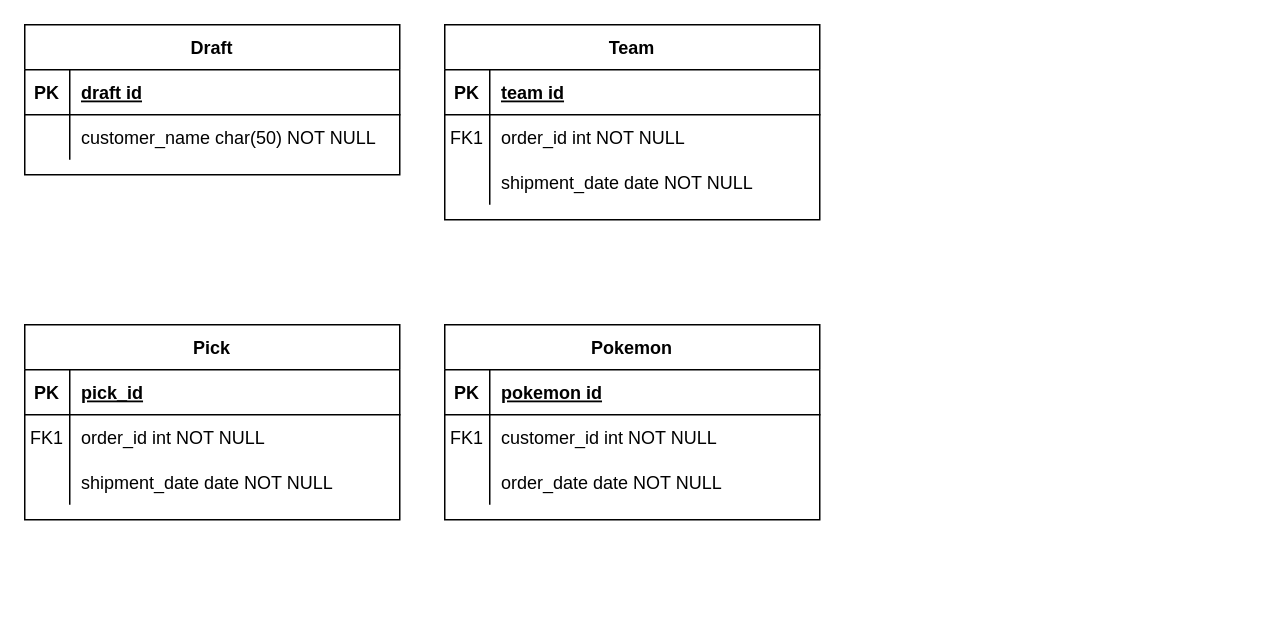
The draw.io diagram pkmndraft.drawio in getll/pkmndraft, before the edit. Source tidied: cells renumbered, new cells numbered last; positions are measured from the earlier drawing's top-left corner, leaving out a move shared by most shapes. Both pictures are drawn from the tidied source at 150%, with x=0, y=0 at pixel (24, 24).
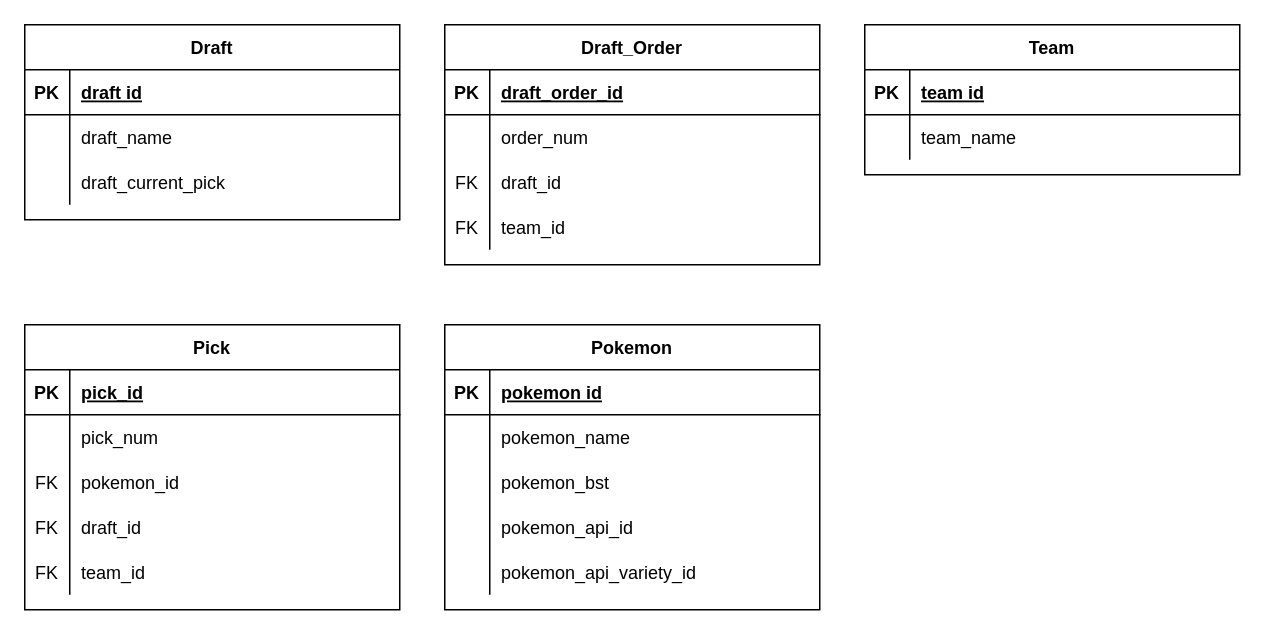
After the change.

The change refers to these unchanged cells:
```xml
<mxCell id="16" style="shape=partialRectangle;fillColor=none;top=0;left=0;right=0;bottom=0;" parent="12" vertex="1">
  <mxGeometry y="60" width="250" height="30" as="geometry" />
</mxCell>
<mxCell id="26" style="shape=partialRectangle;fillColor=none;top=0;left=0;right=0;bottom=0;" parent="22" vertex="1">
  <mxGeometry y="60" width="250" height="30" as="geometry" />
</mxCell>
```

What changed in the source:
```diff
@@
     <mxCell id="2" value="Pokemon" style="shape=table;startSize=30;childLayout=tableLayout;rowLines=0;fontStyle=1;align=center;" parent="1" vertex="1">
-      <mxGeometry x="280" y="200" width="250" height="130" as="geometry" />
+      <mxGeometry x="280" y="200" width="250" height="190" as="geometry" />
     </mxCell>
@@
+    <mxCell id="39" style="shape=partialRectangle;fillColor=none;top=0;left=0;right=0;bottom=0;" parent="2" vertex="1">
+      <mxGeometry y="60" width="250" height="30" as="geometry" />
+    </mxCell>
+    <mxCell id="40" style="shape=partialRectangle;overflow=hidden;fillColor=none;top=0;left=0;bottom=0;right=0;" parent="39" vertex="1">
+      <mxGeometry width="30" height="30" as="geometry" />
+    </mxCell>
+    <mxCell id="41" value="pokemon_name" style="shape=partialRectangle;overflow=hidden;fillColor=none;top=0;left=0;bottom=0;right=0;align=left;spacingLeft=6;" parent="39" vertex="1">
+      <mxGeometry x="30" width="220" height="30" as="geometry" />
+    </mxCell>
     <mxCell id="6" style="shape=partialRectangle;fillColor=none;top=0;left=0;right=0;bottom=0;" parent="2" vertex="1">
-      <mxGeometry y="60" width="250" height="30" as="geometry" />
+      <mxGeometry y="90" width="250" height="30" as="geometry" />
     </mxCell>
-    <mxCell id="7" value="FK1" style="shape=partialRectangle;overflow=hidden;fillColor=none;top=0;left=0;bottom=0;right=0;" parent="6" vertex="1">
+    <mxCell id="7" style="shape=partialRectangle;overflow=hidden;fillColor=none;top=0;left=0;bottom=0;right=0;" parent="6" vertex="1">
       <mxGeometry width="30" height="30" as="geometry" />
     </mxCell>
-    <mxCell id="8" value="customer_id int NOT NULL" style="shape=partialRectangle;overflow=hidden;fillColor=none;top=0;left=0;bottom=0;right=0;align=left;spacingLeft=6;" parent="6" vertex="1">
+    <mxCell id="8" value="pokemon_bst" style="shape=partialRectangle;overflow=hidden;fillColor=none;top=0;left=0;bottom=0;right=0;align=left;spacingLeft=6;" parent="6" vertex="1">
       <mxGeometry x="30" width="220" height="30" as="geometry" />
     </mxCell>
     <mxCell id="9" style="shape=partialRectangle;fillColor=none;top=0;left=0;right=0;bottom=0;" parent="2" vertex="1">
-      <mxGeometry y="90" width="250" height="30" as="geometry" />
+      <mxGeometry y="120" width="250" height="30" as="geometry" />
     </mxCell>
@@
-    <mxCell id="11" value="order_date date NOT NULL" style="shape=partialRectangle;overflow=hidden;fillColor=none;top=0;left=0;bottom=0;right=0;align=left;spacingLeft=6;" parent="9" vertex="1">
+    <mxCell id="11" value="pokemon_api_id" style="shape=partialRectangle;overflow=hidden;fillColor=none;top=0;left=0;bottom=0;right=0;align=left;spacingLeft=6;" parent="9" vertex="1">
       <mxGeometry x="30" width="220" height="30" as="geometry" />
     </mxCell>
+    <mxCell id="42" style="shape=partialRectangle;fillColor=none;top=0;left=0;right=0;bottom=0;" parent="2" vertex="1">
+      <mxGeometry y="150" width="250" height="30" as="geometry" />
+    </mxCell>
+    <mxCell id="43" style="shape=partialRectangle;overflow=hidden;fillColor=none;top=0;left=0;bottom=0;right=0;" parent="42" vertex="1">
+      <mxGeometry width="30" height="30" as="geometry" />
+    </mxCell>
+    <mxCell id="44" value="pokemon_api_variety_id" style="shape=partialRectangle;overflow=hidden;fillColor=none;top=0;left=0;bottom=0;right=0;align=left;spacingLeft=6;" parent="42" vertex="1">
+      <mxGeometry x="30" width="220" height="30" as="geometry" />
+    </mxCell>
     <mxCell id="12" value="Team" style="shape=table;startSize=30;childLayout=tableLayout;rowLines=0;fontStyle=1;align=center;" parent="1" vertex="1">
-      <mxGeometry x="280" width="250" height="130" as="geometry" />
+      <mxGeometry x="560" width="250" height="100" as="geometry" />
     </mxCell>
@@
-    <mxCell id="17" value="FK1" style="shape=partialRectangle;overflow=hidden;fillColor=none;top=0;left=0;bottom=0;right=0;" parent="16" vertex="1">
+    <mxCell id="17" style="shape=partialRectangle;overflow=hidden;fillColor=none;top=0;left=0;bottom=0;right=0;" parent="16" vertex="1">
       <mxGeometry width="30" height="30" as="geometry" />
     </mxCell>
-    <mxCell id="18" value="order_id int NOT NULL" style="shape=partialRectangle;overflow=hidden;fillColor=none;top=0;left=0;bottom=0;right=0;align=left;spacingLeft=6;" parent="16" vertex="1">
+    <mxCell id="18" value="team_name" style="shape=partialRectangle;overflow=hidden;fillColor=none;top=0;left=0;bottom=0;right=0;align=left;spacingLeft=6;" parent="16" vertex="1">
       <mxGeometry x="30" width="220" height="30" as="geometry" />
     </mxCell>
-    <mxCell id="19" style="shape=partialRectangle;fillColor=none;top=0;left=0;right=0;bottom=0;" parent="12" vertex="1">
-      <mxGeometry y="90" width="250" height="30" as="geometry" />
-    </mxCell>
-    <mxCell id="20" style="shape=partialRectangle;overflow=hidden;fillColor=none;top=0;left=0;bottom=0;right=0;" parent="19" vertex="1">
-      <mxGeometry width="30" height="30" as="geometry" />
-    </mxCell>
-    <mxCell id="21" value="shipment_date date NOT NULL" style="shape=partialRectangle;overflow=hidden;fillColor=none;top=0;left=0;bottom=0;right=0;align=left;spacingLeft=6;" parent="19" vertex="1">
-      <mxGeometry x="30" width="220" height="30" as="geometry" />
-    </mxCell>
     <mxCell id="22" value="Draft" style="shape=table;startSize=30;childLayout=tableLayout;rowLines=0;fontStyle=1;align=center;" parent="1" vertex="1">
-      <mxGeometry width="250" height="100" as="geometry" />
+      <mxGeometry width="250" height="130" as="geometry" />
     </mxCell>
@@
-    <mxCell id="28" value="customer_name char(50) NOT NULL" style="shape=partialRectangle;overflow=hidden;fillColor=none;top=0;left=0;bottom=0;right=0;align=left;spacingLeft=6;" parent="26" vertex="1">
+    <mxCell id="28" value="draft_name" style="shape=partialRectangle;overflow=hidden;fillColor=none;top=0;left=0;bottom=0;right=0;align=left;spacingLeft=6;" parent="26" vertex="1">
       <mxGeometry x="30" width="220" height="30" as="geometry" />
     </mxCell>
+    <mxCell id="45" style="shape=partialRectangle;fillColor=none;top=0;left=0;right=0;bottom=0;" parent="22" vertex="1">
+      <mxGeometry y="90" width="250" height="30" as="geometry" />
+    </mxCell>
+    <mxCell id="46" style="shape=partialRectangle;overflow=hidden;fillColor=none;top=0;left=0;bottom=0;right=0;" parent="45" vertex="1">
+      <mxGeometry width="30" height="30" as="geometry" />
+    </mxCell>
+    <mxCell id="47" value="draft_current_pick" style="shape=partialRectangle;overflow=hidden;fillColor=none;top=0;left=0;bottom=0;right=0;align=left;spacingLeft=6;" parent="45" vertex="1">
+      <mxGeometry x="30" width="220" height="30" as="geometry" />
+    </mxCell>
     <mxCell id="29" value="Pick" style="shape=table;startSize=30;childLayout=tableLayout;rowLines=0;fontStyle=1;align=center;" parent="1" vertex="1">
-      <mxGeometry y="200" width="250" height="130" as="geometry" />
+      <mxGeometry y="200" width="250" height="190" as="geometry" />
     </mxCell>
@@
+    <mxCell id="48" style="shape=partialRectangle;fillColor=none;top=0;left=0;right=0;bottom=0;" parent="29" vertex="1">
+      <mxGeometry y="60" width="250" height="30" as="geometry" />
+    </mxCell>
+    <mxCell id="49" style="shape=partialRectangle;overflow=hidden;fillColor=none;top=0;left=0;bottom=0;right=0;" parent="48" vertex="1">
+      <mxGeometry width="30" height="30" as="geometry" />
+    </mxCell>
+    <mxCell id="50" value="pick_num" style="shape=partialRectangle;overflow=hidden;fillColor=none;top=0;left=0;bottom=0;right=0;align=left;spacingLeft=6;" parent="48" vertex="1">
+      <mxGeometry x="30" width="220" height="30" as="geometry" />
+    </mxCell>
     <mxCell id="33" style="shape=partialRectangle;fillColor=none;top=0;left=0;right=0;bottom=0;" parent="29" vertex="1">
-      <mxGeometry y="60" width="250" height="30" as="geometry" />
+      <mxGeometry y="90" width="250" height="30" as="geometry" />
     </mxCell>
-    <mxCell id="34" value="FK1" style="shape=partialRectangle;overflow=hidden;fillColor=none;top=0;left=0;bottom=0;right=0;" parent="33" vertex="1">
+    <mxCell id="34" value="FK" style="shape=partialRectangle;overflow=hidden;fillColor=none;top=0;left=0;bottom=0;right=0;" parent="33" vertex="1">
       <mxGeometry width="30" height="30" as="geometry" />
     </mxCell>
-    <mxCell id="35" value="order_id int NOT NULL" style="shape=partialRectangle;overflow=hidden;fillColor=none;top=0;left=0;bottom=0;right=0;align=left;spacingLeft=6;" parent="33" vertex="1">
+    <mxCell id="35" value="pokemon_id" style="shape=partialRectangle;overflow=hidden;fillColor=none;top=0;left=0;bottom=0;right=0;align=left;spacingLeft=6;" parent="33" vertex="1">
       <mxGeometry x="30" width="220" height="30" as="geometry" />
     </mxCell>
     <mxCell id="36" style="shape=partialRectangle;fillColor=none;top=0;left=0;right=0;bottom=0;" parent="29" vertex="1">
-      <mxGeometry y="90" width="250" height="30" as="geometry" />
+      <mxGeometry y="120" width="250" height="30" as="geometry" />
     </mxCell>
-    <mxCell id="37" style="shape=partialRectangle;overflow=hidden;fillColor=none;top=0;left=0;bottom=0;right=0;" parent="36" vertex="1">
+    <mxCell id="37" value="FK" style="shape=partialRectangle;overflow=hidden;fillColor=none;top=0;left=0;bottom=0;right=0;" parent="36" vertex="1">
       <mxGeometry width="30" height="30" as="geometry" />
     </mxCell>
-    <mxCell id="38" value="shipment_date date NOT NULL" style="shape=partialRectangle;overflow=hidden;fillColor=none;top=0;left=0;bottom=0;right=0;align=left;spacingLeft=6;" parent="36" vertex="1">
+    <mxCell id="38" value="draft_id" style="shape=partialRectangle;overflow=hidden;fillColor=none;top=0;left=0;bottom=0;right=0;align=left;spacingLeft=6;" parent="36" vertex="1">
       <mxGeometry x="30" width="220" height="30" as="geometry" />
     </mxCell>
+    <mxCell id="51" style="shape=partialRectangle;fillColor=none;top=0;left=0;right=0;bottom=0;" parent="29" vertex="1">
+      <mxGeometry y="150" width="250" height="30" as="geometry" />
+    </mxCell>
+    <mxCell id="52" value="FK" style="shape=partialRectangle;overflow=hidden;fillColor=none;top=0;left=0;bottom=0;right=0;" parent="51" vertex="1">
+      <mxGeometry width="30" height="30" as="geometry" />
+    </mxCell>
+    <mxCell id="53" value="team_id" style="shape=partialRectangle;overflow=hidden;fillColor=none;top=0;left=0;bottom=0;right=0;align=left;spacingLeft=6;" parent="51" vertex="1">
+      <mxGeometry x="30" width="220" height="30" as="geometry" />
+    </mxCell>
+    <mxCell id="54" value="Draft_Order" style="shape=table;startSize=30;childLayout=tableLayout;rowLines=0;fontStyle=1;align=center;" parent="1" vertex="1">
+      <mxGeometry x="280" width="250" height="160" as="geometry" />
+    </mxCell>
+    <mxCell id="55" style="shape=partialRectangle;fillColor=none;top=0;left=0;right=0;bottom=1;" parent="54" vertex="1">
+      <mxGeometry y="30" width="250" height="30" as="geometry" />
+    </mxCell>
+    <mxCell id="56" value="PK" style="shape=partialRectangle;overflow=hidden;fillColor=none;top=0;left=0;bottom=0;right=0;fontStyle=1;" parent="55" vertex="1">
+      <mxGeometry width="30" height="30" as="geometry" />
+    </mxCell>
+    <mxCell id="57" value="draft_order_id" style="shape=partialRectangle;overflow=hidden;fillColor=none;top=0;left=0;bottom=0;right=0;align=left;spacingLeft=6;fontStyle=5;" parent="55" vertex="1">
+      <mxGeometry x="30" width="220" height="30" as="geometry" />
+    </mxCell>
+    <mxCell id="58" style="shape=partialRectangle;fillColor=none;top=0;left=0;right=0;bottom=0;" parent="54" vertex="1">
+      <mxGeometry y="60" width="250" height="30" as="geometry" />
+    </mxCell>
+    <mxCell id="59" style="shape=partialRectangle;overflow=hidden;fillColor=none;top=0;left=0;bottom=0;right=0;" parent="58" vertex="1">
+      <mxGeometry width="30" height="30" as="geometry" />
+    </mxCell>
+    <mxCell id="60" value="order_num" style="shape=partialRectangle;overflow=hidden;fillColor=none;top=0;left=0;bottom=0;right=0;align=left;spacingLeft=6;" parent="58" vertex="1">
+      <mxGeometry x="30" width="220" height="30" as="geometry" />
+    </mxCell>
+    <mxCell id="61" style="shape=partialRectangle;fillColor=none;top=0;left=0;right=0;bottom=0;" parent="54" vertex="1">
+      <mxGeometry y="90" width="250" height="30" as="geometry" />
+    </mxCell>
+    <mxCell id="62" value="FK" style="shape=partialRectangle;overflow=hidden;fillColor=none;top=0;left=0;bottom=0;right=0;" parent="61" vertex="1">
+      <mxGeometry width="30" height="30" as="geometry" />
+    </mxCell>
+    <mxCell id="63" value="draft_id" style="shape=partialRectangle;overflow=hidden;fillColor=none;top=0;left=0;bottom=0;right=0;align=left;spacingLeft=6;" parent="61" vertex="1">
+      <mxGeometry x="30" width="220" height="30" as="geometry" />
+    </mxCell>
+    <mxCell id="64" style="shape=partialRectangle;fillColor=none;top=0;left=0;right=0;bottom=0;" parent="54" vertex="1">
+      <mxGeometry y="120" width="250" height="30" as="geometry" />
+    </mxCell>
+    <mxCell id="65" value="FK" style="shape=partialRectangle;overflow=hidden;fillColor=none;top=0;left=0;bottom=0;right=0;" parent="64" vertex="1">
+      <mxGeometry width="30" height="30" as="geometry" />
+    </mxCell>
+    <mxCell id="66" value="team_id" style="shape=partialRectangle;overflow=hidden;fillColor=none;top=0;left=0;bottom=0;right=0;align=left;spacingLeft=6;" parent="64" vertex="1">
+      <mxGeometry x="30" width="220" height="30" as="geometry" />
+    </mxCell>
```
